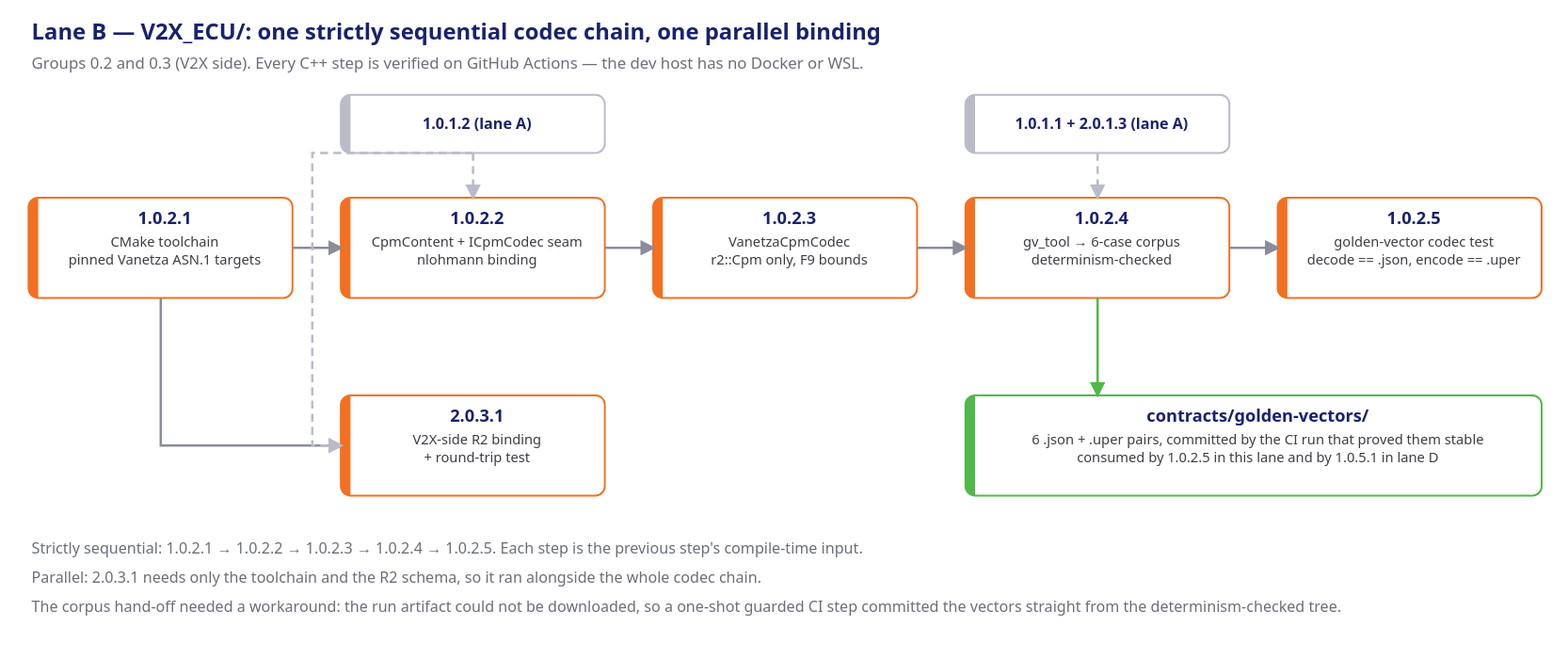
Earlier version of the draw.io export presentation/assets/phase0-exec-lane-b.svg (mnpham2101/FPT-Hackathon2026). Source tidied: cells renumbered, new cells last; positions are measured from the earlier drawing's top-left corner, leaving out a move shared by most shapes.
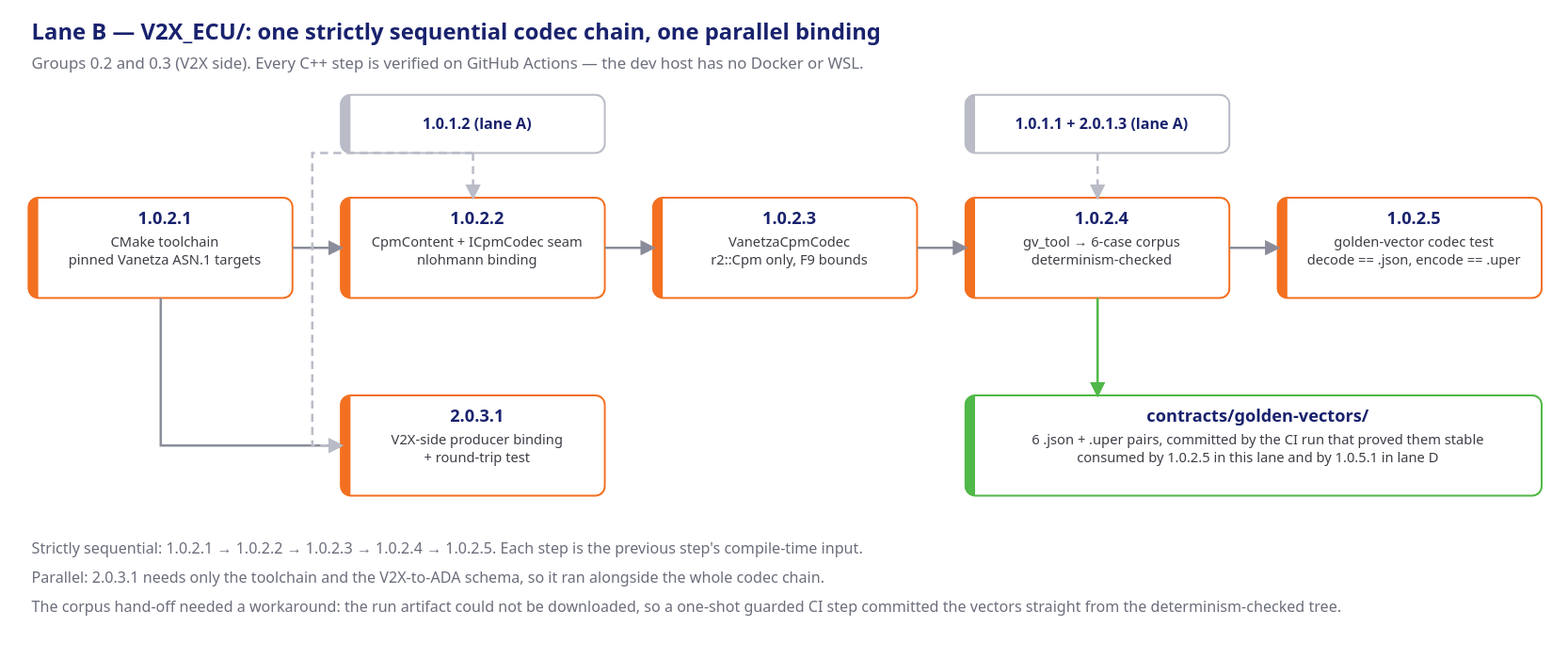
After the commit.

Diff of the diagram source:
```diff
@@ -53,7 +53,7 @@
     <mxCell id="18" style="edgeStyle=orthogonalEdgeStyle;rounded=0;html=1;strokeColor=#b9bcc7;dashed=1;endArrow=classic;fontSize=10;" parent="1" edge="1" source="16" target="9">
       <mxGeometry relative="1" as="geometry" />
     </mxCell>
-    <mxCell id="19" value="&lt;b&gt;2.0.3.1&lt;/b&gt;&lt;br&gt;V2X-side R2 binding&lt;br&gt;+ round-trip test" style="rounded=1;whiteSpace=wrap;html=1;fillColor=#ffffff;strokeColor=#F37021;fontSize=11;fontColor=#19226D;verticalAlign=middle;" parent="1" vertex="1">
+    <mxCell id="19" value="&lt;b&gt;2.0.3.1&lt;/b&gt;&lt;br&gt;V2X-side producer binding&lt;br&gt;+ round-trip test" style="rounded=1;whiteSpace=wrap;html=1;fillColor=#ffffff;strokeColor=#F37021;fontSize=11;fontColor=#19226D;verticalAlign=middle;" parent="1" vertex="1">
       <mxGeometry x="239" y="287" width="200" height="76" as="geometry" />
     </mxCell>
     <mxCell id="20" style="edgeStyle=orthogonalEdgeStyle;rounded=0;html=1;strokeColor=#8a8d99;endArrow=classic;fontSize=10;" parent="1" edge="1" source="6" target="19">
@@ -83,7 +83,7 @@
     <mxCell id="24" value="Strictly sequential: 1.0.2.1 → 1.0.2.2 → 1.0.2.3 → 1.0.2.4 → 1.0.2.5. Each step is the previous step's compile-time input." style="text;html=1;align=left;verticalAlign=middle;fontSize=10;fontColor=#6b6e7b;" parent="1" vertex="1">
       <mxGeometry x="4" y="395" width="744" height="17" as="geometry" />
     </mxCell>
-    <mxCell id="25" value="Parallel: 2.0.3.1 needs only the toolchain and the R2 schema, so it ran alongside the whole codec chain." style="text;html=1;align=left;verticalAlign=middle;fontSize=10;fontColor=#6b6e7b;" parent="1" vertex="1">
+    <mxCell id="25" value="Parallel: 2.0.3.1 needs only the toolchain and the V2X-to-ADA schema, so it ran alongside the whole codec chain." style="text;html=1;align=left;verticalAlign=middle;fontSize=10;fontColor=#6b6e7b;" parent="1" vertex="1">
       <mxGeometry x="4" y="417" width="634" height="17" as="geometry" />
     </mxCell>
     <mxCell id="26" value="The corpus hand-off needed a workaround: the run artifact could not be downloaded, so a one-shot guarded CI step committed the vectors straight from the determinism-checked tree." style="text;html=1;align=left;verticalAlign=middle;fontSize=10;fontColor=#6b6e7b;" parent="1" vertex="1">
```
